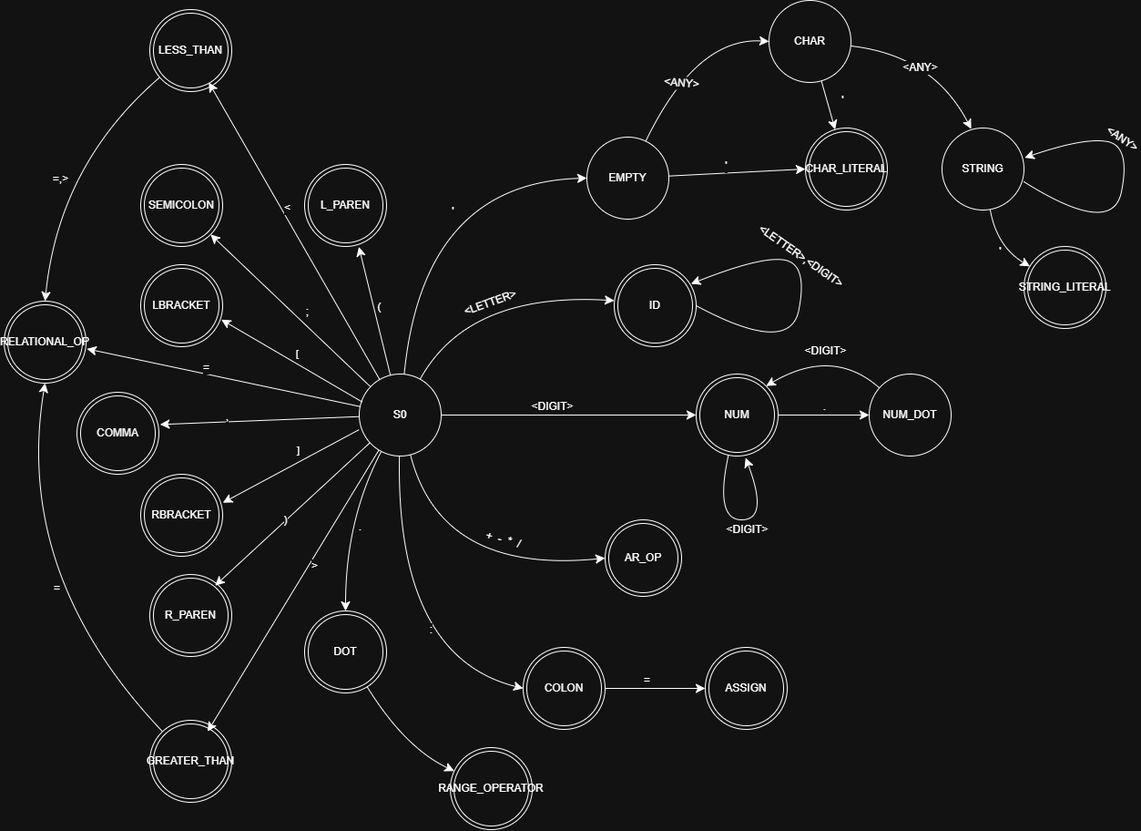
TKurr/BBC-Tubes-IF2224 keeps this draw.io diagram as doc/Diagram-1-BBC.png. Above is the earlier version. Source tidied: cells renumbered, new cells last; positions are measured from the earlier drawing's top-left corner, leaving out a move shared by most shapes.
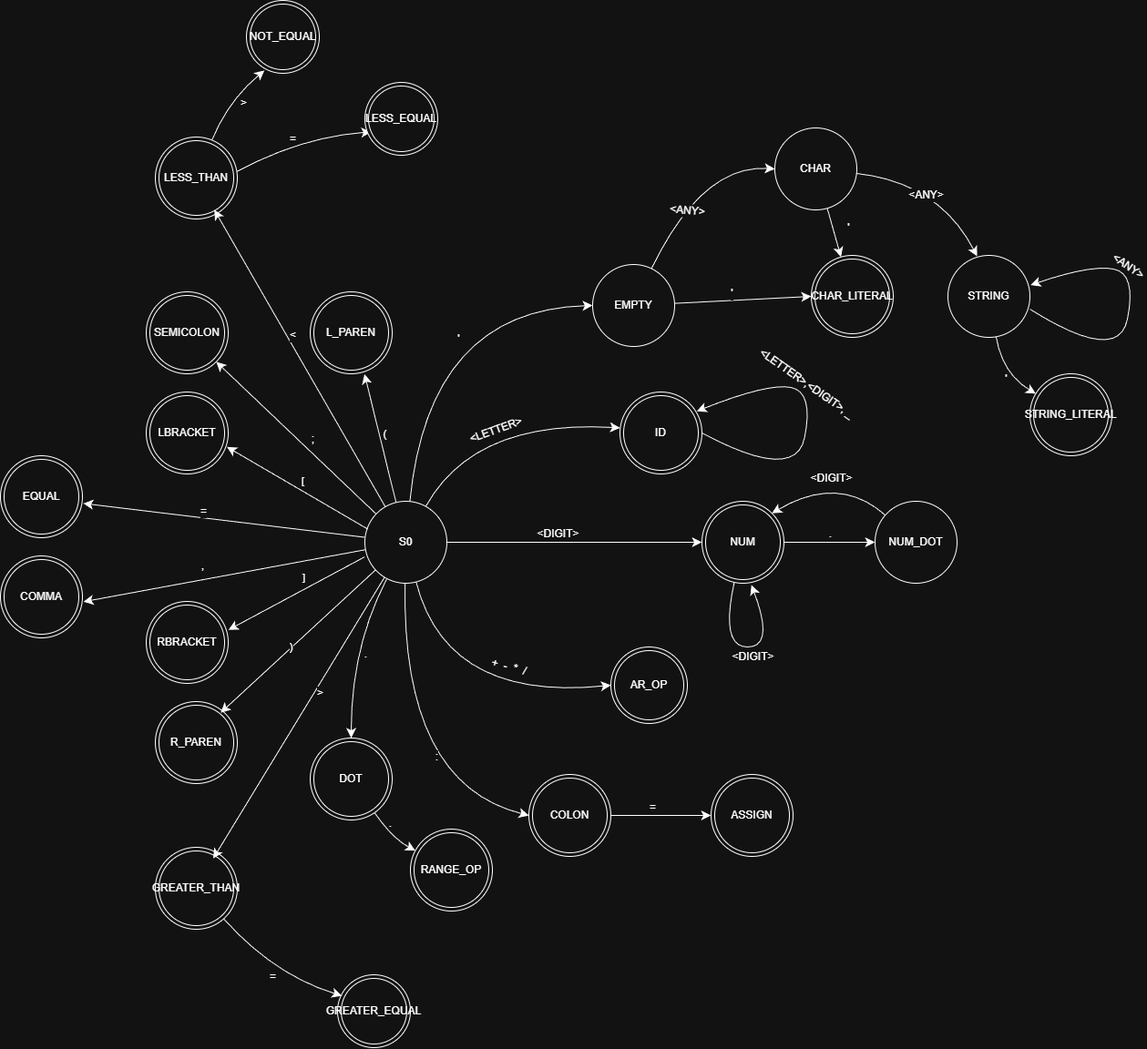
After the change.

Commit message:
Feat : add underscore handller for dfa diagram identifier

The edit, as a diff of the source:
```diff
@@ -17,11 +17,11 @@
     <mxCell id="4" style="edgeStyle=none;curved=1;rounded=0;jettySize=auto;html=1;fontSize=12;startSize=8;endSize=8;entryX=0;entryY=0.5;entryDx=0;entryDy=0;" parent="1" edge="1" source="19" target="25">
       <mxGeometry relative="1" as="geometry" />
     </mxCell>
-    <mxCell id="5" value="&amp;lt;DIGIT&amp;gt;" style="edgeLabel;html=1;align=center;verticalAlign=middle;fontSize=12;" parent="4" vertex="1">
-      <mxGeometry x="-0.23" y="1" relative="1" as="geometry">
-        <mxPoint x="13" y="-9" as="offset" />
-      </mxGeometry>
-    </mxCell>
+    <mxCell id="81" value="&amp;lt;DIGIT&amp;gt;" style="edgeLabel;html=1;align=center;verticalAlign=middle;fontSize=12;" parent="4" vertex="1">
+      <mxGeometry x="-0.23" y="1" relative="1" as="geometry">
+        <mxPoint x="13" y="-9" as="offset" />
+      </mxGeometry>
+    </mxCell>
     <mxCell id="6" style="edgeStyle=none;curved=1;rounded=0;jettySize=auto;html=1;fontSize=12;startSize=8;endSize=8;entryX=0;entryY=0.5;entryDx=0;entryDy=0;" parent="1" edge="1" source="19" target="26">
       <mxGeometry relative="1" as="geometry">
         <Array as="points">
@@ -41,7 +41,7 @@
         </Array>
       </mxGeometry>
     </mxCell>
-    <mxCell id="9" style="edgeStyle=none;curved=1;rounded=0;jettySize=auto;html=1;entryX=1.014;entryY=0.393;entryDx=0;entryDy=0;fontSize=12;startSize=8;endSize=8;entryPerimeter=0;" parent="1" edge="1" source="19" target="33">
+    <mxCell id="9" style="edgeStyle=none;curved=1;rounded=0;jettySize=auto;html=1;entryX=1.012;entryY=0.559;entryDx=0;entryDy=0;fontSize=12;startSize=8;endSize=8;entryPerimeter=0;" parent="1" edge="1" source="19" target="33">
       <mxGeometry relative="1" as="geometry" />
     </mxCell>
     <mxCell id="10" value="," style="edgeLabel;html=1;align=center;verticalAlign=middle;fontSize=12;" parent="9" vertex="1">
@@ -64,9 +64,9 @@
         </Array>
       </mxGeometry>
     </mxCell>
-    <mxCell id="14" value="'" style="edgeLabel;html=1;align=center;verticalAlign=middle;fontSize=12;" parent="13" vertex="1">
-      <mxGeometry x="0.24" y="-32" relative="1" as="geometry" />
-    </mxCell>
+    <mxCell id="82" value="'" style="edgeLabel;html=1;align=center;verticalAlign=middle;fontSize=12;" parent="13" vertex="1">
+      <mxGeometry x="0.24" y="-32" relative="1" as="geometry" />
+    </mxCell>
     <mxCell id="15" style="edgeStyle=none;curved=1;rounded=0;jettySize=auto;html=1;entryX=0.5;entryY=0;entryDx=0;entryDy=0;fontSize=12;startSize=8;endSize=8;" parent="1" edge="1" source="19" target="35">
       <mxGeometry relative="1" as="geometry">
         <Array as="points">
@@ -79,14 +79,14 @@
         <mxPoint x="18" y="13" as="offset" />
       </mxGeometry>
     </mxCell>
-    <mxCell id="17" style="edgeStyle=none;curved=1;rounded=0;jettySize=auto;html=1;fontSize=12;startSize=8;endSize=8;entryX=1.01;entryY=0.582;entryDx=0;entryDy=0;entryPerimeter=0;" parent="1" edge="1" source="19" target="79">
-      <mxGeometry relative="1" as="geometry" />
-    </mxCell>
-    <mxCell id="18" value="=" style="edgeLabel;html=1;align=center;verticalAlign=middle;fontSize=12;" parent="17" vertex="1">
-      <mxGeometry x="0.15" y="-3" relative="1" as="geometry">
-        <mxPoint y="-5" as="offset" />
-      </mxGeometry>
-    </mxCell>
+    <mxCell id="83" style="edgeStyle=none;curved=1;rounded=0;jettySize=auto;html=1;fontSize=12;startSize=8;endSize=8;entryX=1.01;entryY=0.582;entryDx=0;entryDy=0;entryPerimeter=0;" parent="1" edge="1" source="19" target="105">
+      <mxGeometry relative="1" as="geometry" />
+    </mxCell>
+    <mxCell id="84" value="=" style="edgeLabel;html=1;align=center;verticalAlign=middle;fontSize=12;" parent="83" vertex="1">
+      <mxGeometry x="0.15" y="-3" relative="1" as="geometry">
+        <mxPoint y="-5" as="offset" />
+      </mxGeometry>
+    </mxCell>
     <mxCell id="19" value="S0" style="ellipse;whiteSpace=wrap;html=1;" parent="1" vertex="1">
       <mxGeometry x="390" y="410" width="90" height="90" as="geometry" />
     </mxCell>
@@ -101,19 +101,19 @@
         </Array>
       </mxGeometry>
     </mxCell>
-    <mxCell id="22" value="&amp;lt;DIGIT&amp;gt;" style="edgeLabel;html=1;align=center;verticalAlign=middle;fontSize=12;" parent="21" vertex="1">
-      <mxGeometry x="0.09" y="2" relative="1" as="geometry">
-        <mxPoint x="-5" y="12" as="offset" />
-      </mxGeometry>
-    </mxCell>
+    <mxCell id="85" value="&amp;lt;DIGIT&amp;gt;" style="edgeLabel;html=1;align=center;verticalAlign=middle;fontSize=12;" parent="21" vertex="1">
+      <mxGeometry x="0.09" y="2" relative="1" as="geometry">
+        <mxPoint x="-5" y="12" as="offset" />
+      </mxGeometry>
+    </mxCell>
     <mxCell id="23" style="edgeStyle=none;curved=1;rounded=0;jettySize=auto;html=1;fontSize=12;startSize=8;endSize=8;entryX=0;entryY=0.5;entryDx=0;entryDy=0;" parent="1" edge="1" source="25" target="78">
       <mxGeometry relative="1" as="geometry" />
     </mxCell>
-    <mxCell id="24" value="." style="edgeLabel;html=1;align=center;verticalAlign=middle;fontSize=12;" parent="23" vertex="1">
-      <mxGeometry x="0.11" y="-3" relative="1" as="geometry">
-        <mxPoint x="-5" y="-13" as="offset" />
-      </mxGeometry>
-    </mxCell>
+    <mxCell id="86" value="." style="edgeLabel;html=1;align=center;verticalAlign=middle;fontSize=12;" parent="23" vertex="1">
+      <mxGeometry x="0.11" y="-3" relative="1" as="geometry">
+        <mxPoint x="-5" y="-13" as="offset" />
+      </mxGeometry>
+    </mxCell>
     <mxCell id="25" value="NUM" style="ellipse;shape=doubleEllipse;whiteSpace=wrap;html=1;" parent="1" vertex="1">
       <mxGeometry x="760" y="410" width="90" height="90" as="geometry" />
     </mxCell>
@@ -123,11 +123,11 @@
     <mxCell id="27" style="edgeStyle=none;curved=1;rounded=0;jettySize=auto;html=1;fontSize=12;startSize=8;endSize=8;" parent="1" edge="1" source="29" target="31">
       <mxGeometry relative="1" as="geometry" />
     </mxCell>
-    <mxCell id="28" value="=" style="edgeLabel;html=1;align=center;verticalAlign=middle;fontSize=12;" parent="27" vertex="1">
-      <mxGeometry x="-0.17" y="4" relative="1" as="geometry">
-        <mxPoint y="-6" as="offset" />
-      </mxGeometry>
-    </mxCell>
+    <mxCell id="87" value="=" style="edgeLabel;html=1;align=center;verticalAlign=middle;fontSize=12;" parent="27" vertex="1">
+      <mxGeometry x="-0.17" y="4" relative="1" as="geometry">
+        <mxPoint y="-6" as="offset" />
+      </mxGeometry>
+    </mxCell>
     <mxCell id="29" value="COLON" style="ellipse;shape=doubleEllipse;whiteSpace=wrap;html=1;" parent="1" vertex="1">
       <mxGeometry x="570" y="710" width="90" height="90" as="geometry" />
     </mxCell>
@@ -141,15 +141,20 @@
       <mxGeometry x="150" y="180" width="90" height="90" as="geometry" />
     </mxCell>
     <mxCell id="33" value="COMMA" style="ellipse;shape=doubleEllipse;whiteSpace=wrap;html=1;" parent="1" vertex="1">
-      <mxGeometry x="80" y="430" width="90" height="90" as="geometry" />
+      <mxGeometry x="-10" y="470" width="90" height="90" as="geometry" />
     </mxCell>
-    <mxCell id="34" style="edgeStyle=none;curved=1;rounded=0;jettySize=auto;html=1;fontSize=12;startSize=8;endSize=8;" parent="1" edge="1" source="35" target="80">
-      <mxGeometry relative="1" as="geometry">
-        <Array as="points">
-          <mxPoint x="440" y="820" />
-        </Array>
-      </mxGeometry>
-    </mxCell>
+    <mxCell id="88" style="edgeStyle=none;curved=1;rounded=0;jettySize=auto;html=1;fontSize=12;startSize=8;endSize=8;" parent="1" edge="1" source="35" target="91">
+      <mxGeometry relative="1" as="geometry">
+        <Array as="points">
+          <mxPoint x="420" y="780" />
+        </Array>
+      </mxGeometry>
+    </mxCell>
+    <mxCell id="89" value="." style="edgeLabel;html=1;align=center;verticalAlign=middle;fontSize=12;" parent="88" vertex="1">
+      <mxGeometry x="-0.4" y="-2" relative="1" as="geometry">
+        <mxPoint x="8" y="-5" as="offset" />
+      </mxGeometry>
+    </mxCell>
     <mxCell id="35" value="DOT" style="ellipse;shape=doubleEllipse;whiteSpace=wrap;html=1;" parent="1" vertex="1">
       <mxGeometry x="330" y="670" width="90" height="90" as="geometry" />
     </mxCell>
@@ -184,11 +189,11 @@
         </Array>
       </mxGeometry>
     </mxCell>
-    <mxCell id="43" value="&amp;lt;LETTER&amp;gt;,&amp;lt;DIGIT&amp;gt;" style="edgeLabel;html=1;align=center;verticalAlign=middle;fontSize=12;rotation=35;" parent="42" vertex="1">
-      <mxGeometry x="0.13" y="-1" relative="1" as="geometry">
-        <mxPoint x="-5" y="-29" as="offset" />
-      </mxGeometry>
-    </mxCell>
+    <mxCell id="90" value="&amp;lt;LETTER&amp;gt;,&amp;lt;DIGIT&amp;gt;, _" style="edgeLabel;html=1;align=center;verticalAlign=middle;fontSize=12;rotation=35;" parent="42" vertex="1">
+      <mxGeometry x="0.13" y="-1" relative="1" as="geometry">
+        <mxPoint x="-5" y="-29" as="offset" />
+      </mxGeometry>
+    </mxCell>
     <mxCell id="44" style="edgeStyle=none;curved=1;rounded=0;jettySize=auto;html=1;entryX=0.984;entryY=0.67;entryDx=0;entryDy=0;fontSize=12;startSize=8;endSize=8;entryPerimeter=0;exitX=0.036;exitY=0.34;exitDx=0;exitDy=0;exitPerimeter=0;" parent="1" edge="1" source="19" target="46">
       <mxGeometry relative="1" as="geometry" />
     </mxCell>
@@ -211,6 +216,9 @@
     <mxCell id="49" value="RBRACKET" style="ellipse;shape=doubleEllipse;whiteSpace=wrap;html=1;" parent="1" vertex="1">
       <mxGeometry x="150" y="520" width="90" height="90" as="geometry" />
     </mxCell>
+    <mxCell id="91" value="RANGE_OP" style="ellipse;shape=doubleEllipse;whiteSpace=wrap;html=1;" parent="1" vertex="1">
+      <mxGeometry x="440" y="770" width="90" height="90" as="geometry" />
+    </mxCell>
     <mxCell id="50" style="edgeStyle=none;curved=1;rounded=0;jettySize=auto;html=1;fontSize=12;startSize=8;endSize=8;entryX=0;entryY=0.5;entryDx=0;entryDy=0;" parent="1" edge="1" source="52" target="55">
       <mxGeometry relative="1" as="geometry">
         <Array as="points">
@@ -229,22 +237,22 @@
     <mxCell id="53" style="edgeStyle=none;curved=1;rounded=0;jettySize=auto;html=1;fontSize=12;startSize=8;endSize=8;" parent="1" edge="1" source="55" target="58">
       <mxGeometry relative="1" as="geometry" />
     </mxCell>
-    <mxCell id="54" value="'" style="edgeLabel;html=1;align=center;verticalAlign=middle;fontSize=12;" parent="53" vertex="1">
-      <mxGeometry x="-0.06" y="4" relative="1" as="geometry">
-        <mxPoint x="12" y="-2" as="offset" />
-      </mxGeometry>
-    </mxCell>
+    <mxCell id="92" value="'" style="edgeLabel;html=1;align=center;verticalAlign=middle;fontSize=12;" parent="53" vertex="1">
+      <mxGeometry x="-0.06" y="4" relative="1" as="geometry">
+        <mxPoint x="12" y="-2" as="offset" />
+      </mxGeometry>
+    </mxCell>
     <mxCell id="55" value="CHAR" style="ellipse;whiteSpace=wrap;html=1;" parent="1" vertex="1">
       <mxGeometry x="840" width="90" height="90" as="geometry" />
     </mxCell>
     <mxCell id="56" style="edgeStyle=none;curved=1;rounded=0;jettySize=auto;html=1;fontSize=12;startSize=8;endSize=8;entryX=0;entryY=0.5;entryDx=0;entryDy=0;" parent="1" edge="1" source="52" target="58">
       <mxGeometry relative="1" as="geometry" />
     </mxCell>
-    <mxCell id="57" value="'" style="edgeLabel;html=1;align=center;verticalAlign=middle;fontSize=12;" parent="56" vertex="1">
-      <mxGeometry x="-0.2" y="3" relative="1" as="geometry">
-        <mxPoint x="2" y="-6" as="offset" />
-      </mxGeometry>
-    </mxCell>
+    <mxCell id="93" value="'" style="edgeLabel;html=1;align=center;verticalAlign=middle;fontSize=12;" parent="56" vertex="1">
+      <mxGeometry x="-0.2" y="3" relative="1" as="geometry">
+        <mxPoint x="2" y="-6" as="offset" />
+      </mxGeometry>
+    </mxCell>
     <mxCell id="58" value="CHAR_LITERAL" style="ellipse;shape=doubleEllipse;whiteSpace=wrap;html=1;" parent="1" vertex="1">
       <mxGeometry x="880" y="140" width="90" height="90" as="geometry" />
     </mxCell>
@@ -258,11 +266,11 @@
         </Array>
       </mxGeometry>
     </mxCell>
-    <mxCell id="61" value="'" style="edgeLabel;html=1;align=center;verticalAlign=middle;fontSize=12;" parent="60" vertex="1">
-      <mxGeometry x="-0.31" y="2" relative="1" as="geometry">
-        <mxPoint x="3" y="16" as="offset" />
-      </mxGeometry>
-    </mxCell>
+    <mxCell id="94" value="'" style="edgeLabel;html=1;align=center;verticalAlign=middle;fontSize=12;" parent="60" vertex="1">
+      <mxGeometry x="-0.31" y="2" relative="1" as="geometry">
+        <mxPoint x="3" y="16" as="offset" />
+      </mxGeometry>
+    </mxCell>
     <mxCell id="62" value="STRING" style="ellipse;whiteSpace=wrap;html=1;" parent="1" vertex="1">
       <mxGeometry x="1030" y="140" width="90" height="90" as="geometry" />
     </mxCell>
@@ -276,48 +284,48 @@
     <mxCell id="64" value="&amp;lt;ANY&amp;gt;" style="edgeLabel;html=1;align=center;verticalAlign=middle;fontSize=12;" parent="63" vertex="1">
       <mxGeometry x="-0.15" y="-14" relative="1" as="geometry" />
     </mxCell>
-    <mxCell id="65" style="edgeStyle=none;curved=1;rounded=0;jettySize=auto;html=1;fontSize=12;startSize=8;endSize=8;entryX=1.009;entryY=0.362;entryDx=0;entryDy=0;entryPerimeter=0;" parent="1" edge="1" target="62">
-      <mxGeometry relative="1" as="geometry">
-        <mxPoint x="1120" y="199" as="sourcePoint" />
-        <Array as="points">
-          <mxPoint x="1217" y="260" />
-          <mxPoint x="1237" y="160" />
-          <mxPoint x="1187" y="150" />
-        </Array>
-      </mxGeometry>
-    </mxCell>
+    <mxCell id="95" style="edgeStyle=none;curved=1;rounded=0;jettySize=auto;html=1;fontSize=12;startSize=8;endSize=8;entryX=1.009;entryY=0.362;entryDx=0;entryDy=0;entryPerimeter=0;" parent="1" edge="1" target="62">
+      <mxGeometry relative="1" as="geometry">
+        <mxPoint x="1120" y="199" as="sourcePoint" />
+        <Array as="points">
+          <mxPoint x="1217" y="260" />
+          <mxPoint x="1237" y="160" />
+          <mxPoint x="1187" y="150" />
+        </Array>
+      </mxGeometry>
+    </mxCell>
-    <mxCell id="66" value="&amp;lt;ANY&amp;gt;" style="edgeLabel;html=1;align=center;verticalAlign=middle;fontSize=12;rotation=35;" parent="65" vertex="1">
+    <mxCell id="66" value="&amp;lt;ANY&amp;gt;" style="edgeLabel;html=1;align=center;verticalAlign=middle;fontSize=12;rotation=35;" parent="95" vertex="1">
       <mxGeometry x="0.13" y="-1" relative="1" as="geometry">
         <mxPoint x="-5" y="-36" as="offset" />
       </mxGeometry>
     </mxCell>
-    <mxCell id="67" style="edgeStyle=none;curved=1;rounded=0;jettySize=auto;html=1;entryX=0.5;entryY=0;entryDx=0;entryDy=0;fontSize=12;startSize=8;endSize=8;" parent="1" edge="1" source="69" target="79">
-      <mxGeometry relative="1" as="geometry">
-        <Array as="points">
-          <mxPoint x="60" y="180" />
-        </Array>
-      </mxGeometry>
-    </mxCell>
-    <mxCell id="68" value="=,&amp;gt;" style="edgeLabel;html=1;align=center;verticalAlign=middle;fontSize=12;" parent="67" vertex="1">
-      <mxGeometry x="-0.09" y="20" relative="1" as="geometry">
-        <mxPoint x="-21" y="7" as="offset" />
-      </mxGeometry>
-    </mxCell>
+    <mxCell id="96" style="edgeStyle=none;curved=1;rounded=0;jettySize=auto;html=1;entryX=0.088;entryY=0.679;entryDx=0;entryDy=0;fontSize=12;startSize=8;endSize=8;entryPerimeter=0;exitX=0.994;exitY=0.421;exitDx=0;exitDy=0;exitPerimeter=0;" parent="1" edge="1" source="69" target="100">
+      <mxGeometry relative="1" as="geometry">
+        <Array as="points">
+          <mxPoint x="320" y="10" />
+        </Array>
+      </mxGeometry>
+    </mxCell>
+    <mxCell id="97" value="=" style="edgeLabel;html=1;align=center;verticalAlign=middle;fontSize=12;" parent="96" vertex="1">
+      <mxGeometry x="-0.04" y="-8" relative="1" as="geometry">
+        <mxPoint x="-10" y="-9" as="offset" />
+      </mxGeometry>
+    </mxCell>
+    <mxCell id="98" style="edgeStyle=none;curved=1;rounded=0;jettySize=auto;html=1;entryX=0.247;entryY=0.961;entryDx=0;entryDy=0;fontSize=12;startSize=8;endSize=8;entryPerimeter=0;" parent="1" edge="1" source="69" target="104">
+      <mxGeometry relative="1" as="geometry">
+        <Array as="points">
+          <mxPoint x="240" y="-30" />
+        </Array>
+      </mxGeometry>
+    </mxCell>
+    <mxCell id="99" value="&amp;gt;" style="edgeLabel;html=1;align=center;verticalAlign=middle;fontSize=12;" parent="98" vertex="1">
+      <mxGeometry x="0.21" y="2" relative="1" as="geometry">
+        <mxPoint x="7" y="12" as="offset" />
+      </mxGeometry>
+    </mxCell>
     <mxCell id="69" value="LESS_THAN" style="ellipse;shape=doubleEllipse;whiteSpace=wrap;html=1;" parent="1" vertex="1">
       <mxGeometry x="160" y="10" width="90" height="90" as="geometry" />
     </mxCell>
-    <mxCell id="70" style="edgeStyle=none;curved=1;rounded=0;jettySize=auto;html=1;entryX=0.5;entryY=1;entryDx=0;entryDy=0;fontSize=12;startSize=8;endSize=8;" parent="1" edge="1" source="72" target="79">
-      <mxGeometry relative="1" as="geometry">
-        <Array as="points">
-          <mxPoint x="10" y="630" />
-        </Array>
-      </mxGeometry>
-    </mxCell>
-    <mxCell id="71" value="=" style="edgeLabel;html=1;align=center;verticalAlign=middle;fontSize=12;" parent="70" vertex="1">
-      <mxGeometry x="-0.13" y="-25" relative="1" as="geometry">
-        <mxPoint x="-1" as="offset" />
-      </mxGeometry>
-    </mxCell>
     <mxCell id="72" value="GREATER_THAN" style="ellipse;shape=doubleEllipse;whiteSpace=wrap;html=1;" parent="1" vertex="1">
       <mxGeometry x="160" y="790" width="90" height="90" as="geometry" />
     </mxCell>
@@ -337,6 +345,27 @@
         <mxPoint x="10" y="6" as="offset" />
       </mxGeometry>
     </mxCell>
+    <mxCell id="100" value="LESS_EQUAL" style="ellipse;shape=doubleEllipse;whiteSpace=wrap;html=1;" parent="1" vertex="1">
+      <mxGeometry x="390" y="-50" width="80" height="80" as="geometry" />
+    </mxCell>
+    <mxCell id="101" value="GREATER_EQUAL" style="ellipse;shape=doubleEllipse;whiteSpace=wrap;html=1;" parent="1" vertex="1">
+      <mxGeometry x="360" y="930" width="80" height="80" as="geometry" />
+    </mxCell>
+    <mxCell id="102" style="edgeStyle=none;curved=1;rounded=0;jettySize=auto;html=1;entryX=0.059;entryY=0.288;entryDx=0;entryDy=0;entryPerimeter=0;fontSize=12;startSize=8;endSize=8;" parent="1" edge="1" source="72" target="101">
+      <mxGeometry relative="1" as="geometry">
+        <Array as="points">
+          <mxPoint x="290" y="930" />
+        </Array>
+      </mxGeometry>
+    </mxCell>
+    <mxCell id="103" value="=" style="edgeLabel;html=1;align=center;verticalAlign=middle;fontSize=12;" parent="102" vertex="1">
+      <mxGeometry x="-0.11" y="6" relative="1" as="geometry">
+        <mxPoint y="12" as="offset" />
+      </mxGeometry>
+    </mxCell>
+    <mxCell id="104" value="NOT_EQUAL" style="ellipse;shape=doubleEllipse;whiteSpace=wrap;html=1;" parent="1" vertex="1">
+      <mxGeometry x="260" y="-140" width="80" height="80" as="geometry" />
+    </mxCell>
     <mxCell id="77" value="&amp;lt;DIGIT&amp;gt;" style="edgeStyle=none;curved=1;rounded=0;jettySize=auto;html=1;entryX=1;entryY=0;entryDx=0;entryDy=0;fontSize=12;startSize=8;endSize=8;" parent="1" edge="1" source="78" target="25">
       <mxGeometry relative="1" as="geometry">
         <Array as="points">
@@ -347,11 +376,8 @@
     <mxCell id="78" value="NUM_DOT" style="ellipse;whiteSpace=wrap;html=1;" parent="1" vertex="1">
       <mxGeometry x="950" y="410" width="90" height="90" as="geometry" />
     </mxCell>
-    <mxCell id="79" value="RELATIONAL_OP" style="ellipse;shape=doubleEllipse;whiteSpace=wrap;html=1;" parent="1" vertex="1">
-      <mxGeometry y="330" width="90" height="90" as="geometry" />
-    </mxCell>
-    <mxCell id="80" value="RANGE_OPERATOR" style="ellipse;shape=doubleEllipse;whiteSpace=wrap;html=1;" parent="1" vertex="1">
-      <mxGeometry x="490" y="820" width="90" height="90" as="geometry" />
-    </mxCell>
+    <mxCell id="105" value="EQUAL" style="ellipse;shape=doubleEllipse;whiteSpace=wrap;html=1;" parent="1" vertex="1">
+      <mxGeometry x="-10" y="360" width="90" height="90" as="geometry" />
+    </mxCell>
   </root>
 </mxGraphModel>
```
